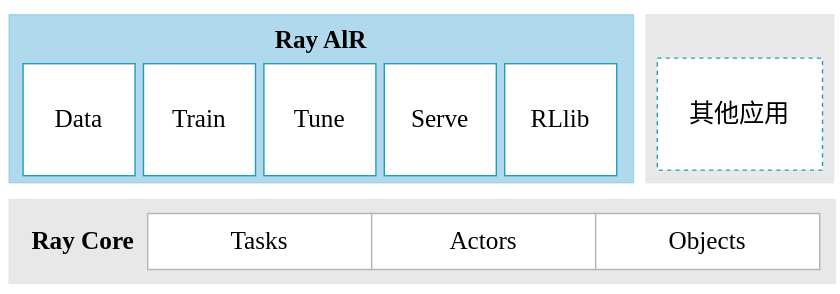
The draw.io diagram img/ch-ray-core/ray.svg in godaai/scale-py, before a commit. Source tidied: cells renumbered, new cells last; positions are measured from the earlier drawing's top-left corner, leaving out a move shared by most shapes.
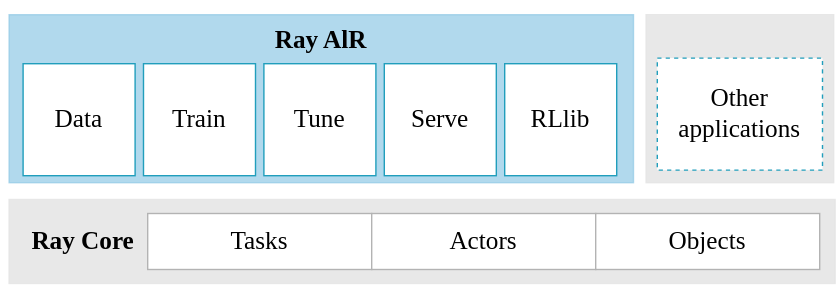
After the commit.

Diff of the diagram source:
```diff
@@ -41,7 +41,7 @@
     <mxCell id="14" style="rounded=0;whiteSpace=wrap;html=1;fillColor=#E6E6E6;opacity=90;strokeColor=#E6E6E6;" parent="1" vertex="1">
       <mxGeometry x="461" y="10" width="134" height="120" as="geometry" />
     </mxCell>
-    <mxCell id="15" value="&lt;font style=&quot;font-size: 18px;&quot; face=&quot;Times New Roman&quot;&gt;其他应用&lt;/font&gt;" style="rounded=0;whiteSpace=wrap;html=1;strokeColor=#219EBC;dashed=1;fillColor=#FFFFFF;" parent="1" vertex="1">
+    <mxCell id="15" value="&lt;font face=&quot;Times New Roman&quot;&gt;&lt;span style=&quot;font-size: 18px;&quot;&gt;Other&lt;br&gt;applications&lt;br&gt;&lt;/span&gt;&lt;/font&gt;" style="rounded=0;whiteSpace=wrap;html=1;strokeColor=#219EBC;dashed=1;fillColor=#FFFFFF;" parent="1" vertex="1">
       <mxGeometry x="469" y="41" width="118" height="80" as="geometry" />
     </mxCell>
     <mxCell id="16" value="&lt;font style=&quot;font-size: 18px;&quot; face=&quot;Times New Roman&quot;&gt;&lt;b style=&quot;&quot;&gt;Ray Core&lt;/b&gt;&lt;/font&gt;" style="text;html=1;strokeColor=none;fillColor=none;align=center;verticalAlign=middle;whiteSpace=wrap;rounded=0;" parent="1" vertex="1">
```
